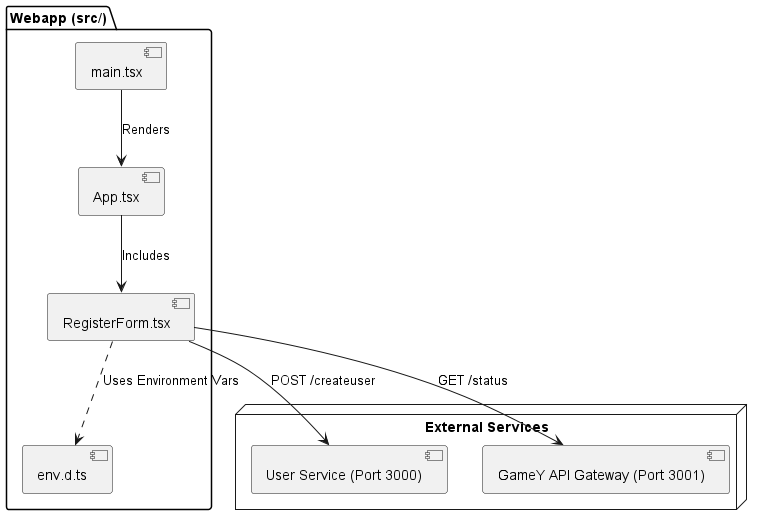
Earlier version of the PlantUML export images/webapp-level2.png (Arquisoft/yovi_en1a).
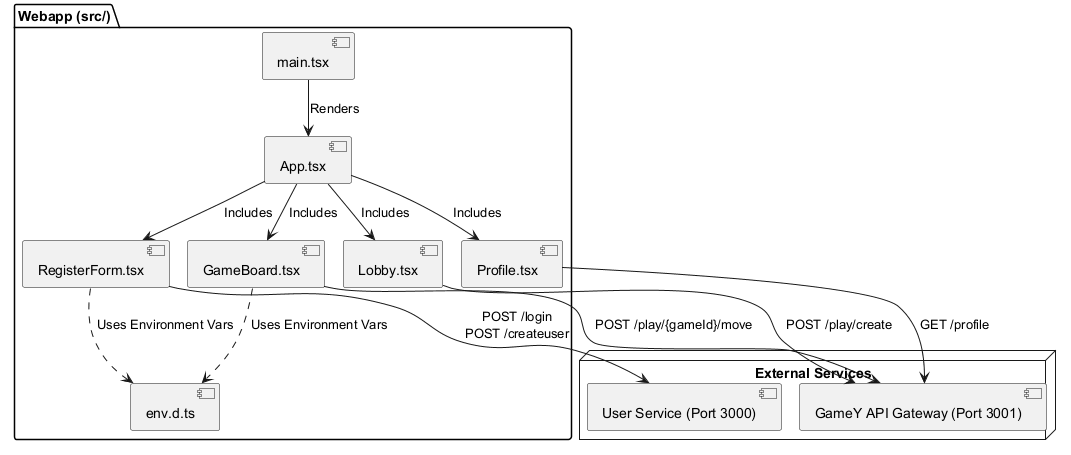
After the commit.

The edit, as a diff of the source:
```diff
@@ -3,6 +3,9 @@
 [main.tsx] as main
 [App.tsx] as app
 [RegisterForm.tsx] as form
+[Lobby.tsx] as lobby
+[GameBoard.tsx] as board
+[Profile.tsx] as profile
 [env.d.ts] as env
 }
 
@@ -13,7 +16,13 @@
 
 main --> app : "Renders"
 app --> form : "Includes"
+app --> lobby : "Includes"
+app --> board : "Includes"
+app --> profile : "Includes"
 form ..> env : "Uses Environment Vars"
-form --> usersvc : "POST /createuser"
-form --> gameyapi : "GET /status"
+board ..> env : "Uses Environment Vars"
+form --> usersvc : "POST /login\nPOST /createuser"
+board --> gameyapi : "POST /play/{gameId}/move"
+lobby --> gameyapi : "POST /play/create"
+profile --> gameyapi : "GET /profile"
 @enduml
```
